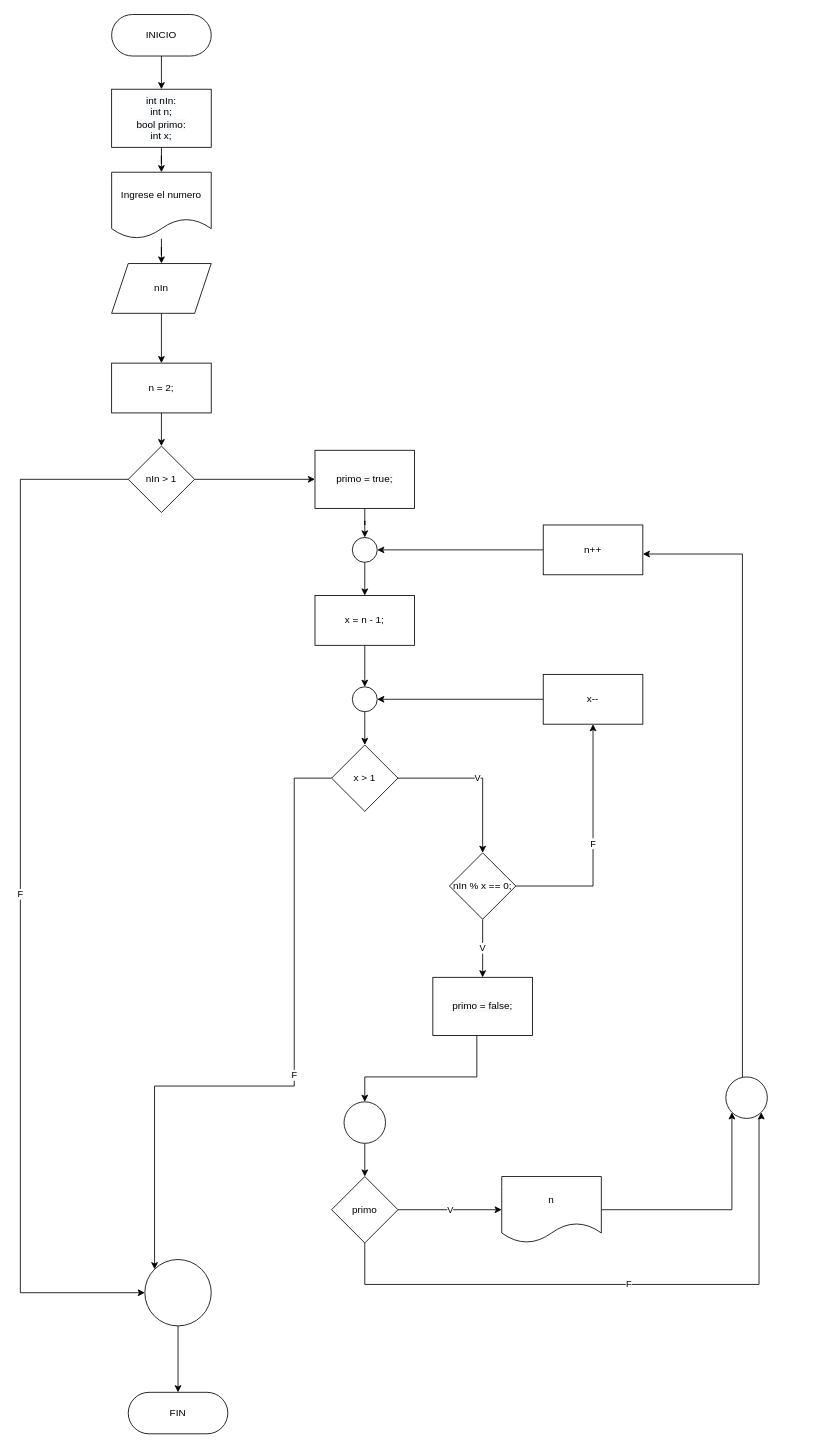
Above: Trabajo Práctico Número 1 - Algoritmos y DF/Diagramas/Ejercicio 09.drawio in Fran2109/Algoritmos_y_Estructuras_de_Datos (draw.io), before the change. Source tidied: cells renumbered, new cells numbered last; positions are measured from the earlier drawing's top-left corner, leaving out a move shared by most shapes. Both pictures are drawn from the tidied source at 83%, with x=0, y=0 at pixel (20, 14).
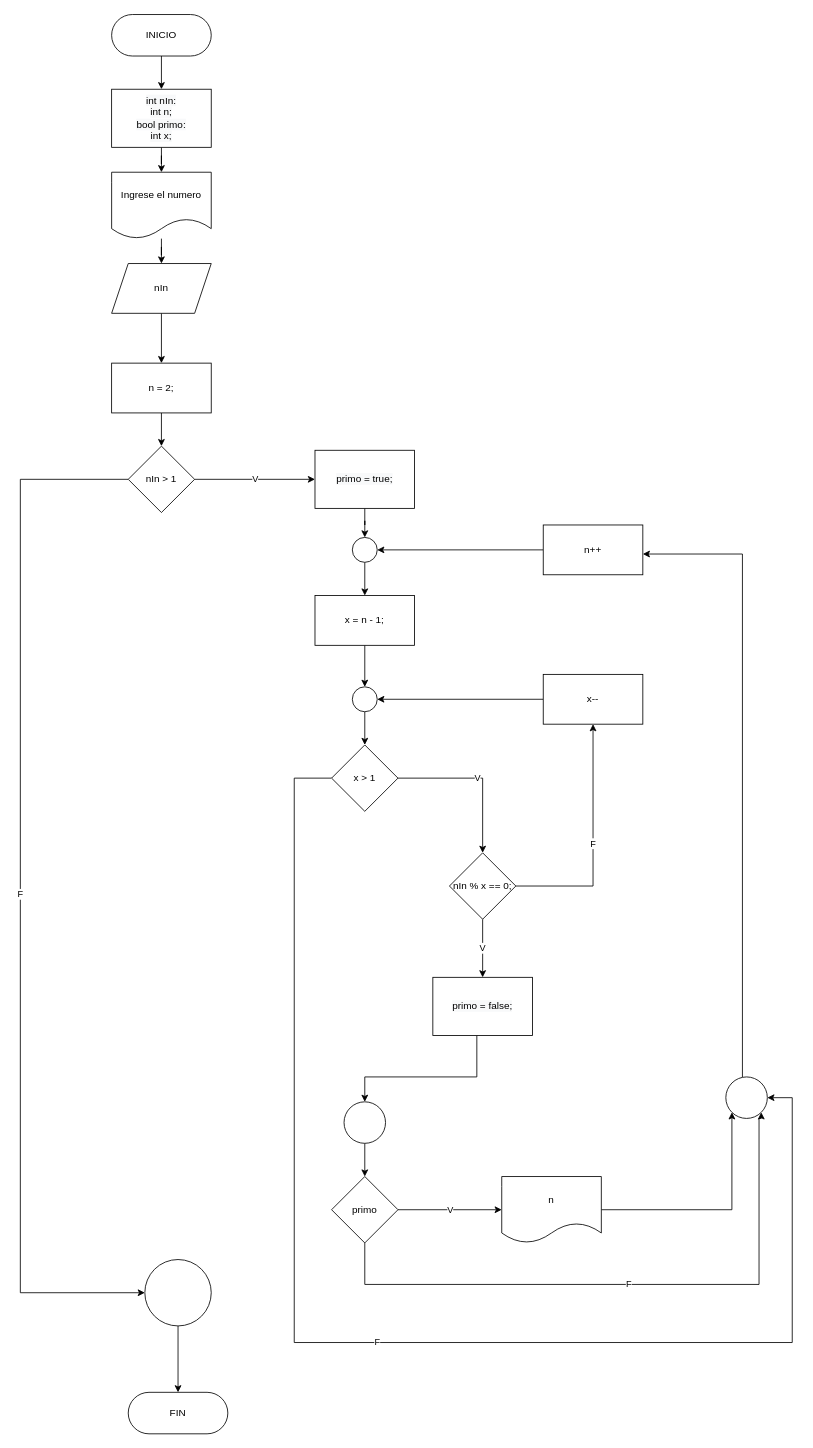
Above is the later version.

Unchanged cells that the change refers to:
```xml
<mxCell id="11" value="nIn &amp;gt; 1" style="rhombus;whiteSpace=wrap;html=1;" parent="1" vertex="1">
  <mxGeometry x="130" y="520" width="80" height="80" as="geometry" />
</mxCell>
<mxCell id="17" value="&lt;span style=&quot;color: rgb(0, 0, 0); font-family: Helvetica; font-size: 12px; font-style: normal; font-variant-ligatures: normal; font-variant-caps: normal; font-weight: 400; letter-spacing: normal; orphans: 2; text-align: center; text-indent: 0px; text-transform: none; widows: 2; word-spacing: 0px; -webkit-text-stroke-width: 0px; background-color: rgb(248, 249, 250); text-decoration-thickness: initial; text-decoration-style: initial; text-decoration-color: initial; float: none; display: inline !important;&quot;&gt;primo = true;&lt;br&gt;&lt;/span&gt;" style="rounded=0;whiteSpace=wrap;html=1;" parent="1" vertex="1">
  <mxGeometry x="355" y="525" width="120" height="70" as="geometry" />
</mxCell>
<mxCell id="20" value="x &amp;gt; 1" style="rhombus;whiteSpace=wrap;html=1;" parent="1" vertex="1">
  <mxGeometry x="375" y="880" width="80" height="80" as="geometry" />
</mxCell>
<mxCell id="42" style="ellipse;whiteSpace=wrap;html=1;" parent="1" vertex="1">
  <mxGeometry x="150" y="1500" width="80" height="80" as="geometry" />
</mxCell>
<mxCell id="46" style="ellipse;whiteSpace=wrap;html=1;" parent="1" vertex="1">
  <mxGeometry x="850" y="1280" width="50" height="50" as="geometry" />
</mxCell>
```

What changed in the source:
```diff
@@
-    <mxCell id="10" style="edgeStyle=orthogonalEdgeStyle;rounded=0;jettySize=auto;html=1;" parent="1" edge="1" source="11" target="17">
+    <mxCell id="10" value="V" style="edgeStyle=orthogonalEdgeStyle;rounded=0;jettySize=auto;html=1;" parent="1" edge="1" source="11" target="17">
       <mxGeometry relative="1" as="geometry" />
     </mxCell>
@@
-    <mxCell id="19" value="F" style="edgeStyle=orthogonalEdgeStyle;rounded=0;jettySize=auto;html=1;entryX=0;entryY=0;entryDx=0;entryDy=0;" parent="1" edge="1" source="20" target="42">
+    <mxCell id="19" value="F" style="edgeStyle=orthogonalEdgeStyle;rounded=0;jettySize=auto;html=1;entryX=1;entryY=0.5;entryDx=0;entryDy=0;" parent="1" edge="1" source="20" target="46">
       <mxGeometry relative="1" as="geometry">
         <Array as="points">
           <mxPoint x="330" y="920" />
-          <mxPoint x="330" y="1291" />
-          <mxPoint x="162" y="1291" />
+          <mxPoint x="330" y="1600" />
+          <mxPoint x="930" y="1600" />
+          <mxPoint x="930" y="1305" />
         </Array>
       </mxGeometry>
     </mxCell>
```
